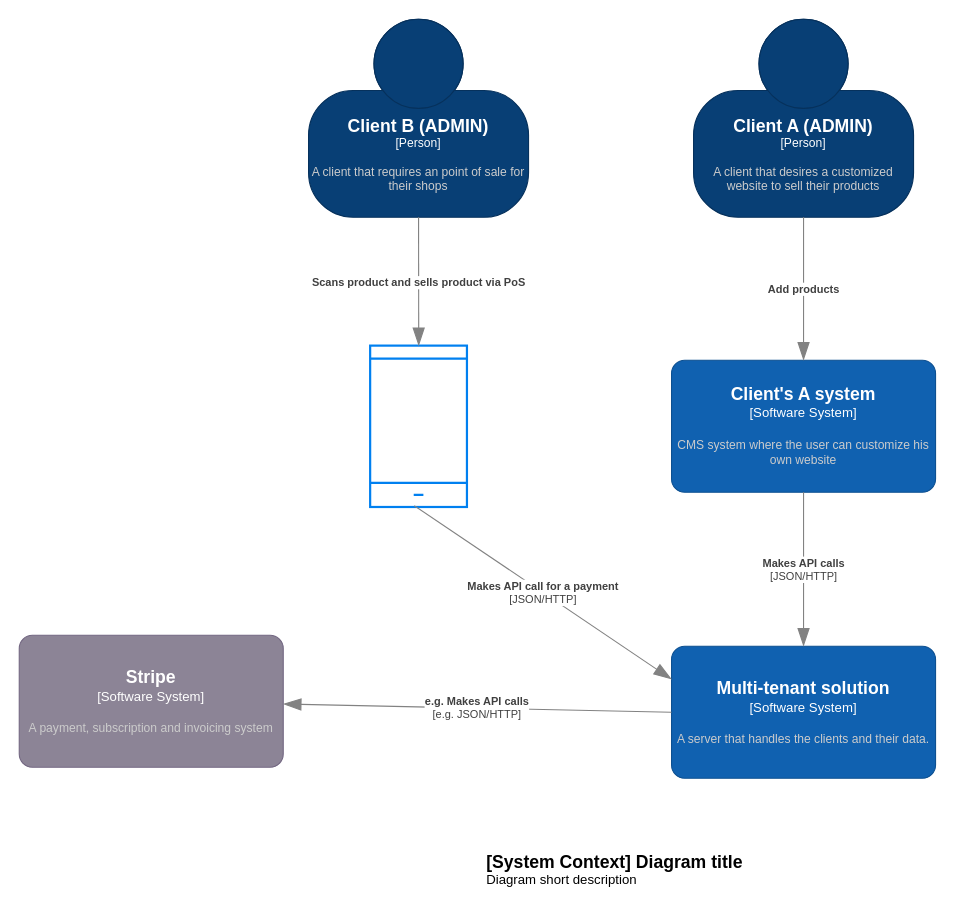
The draw.io diagram retailshop.drawio in Darius1323/assets, before the edit. Source tidied: cells renumbered, new cells numbered last; positions are measured from the earlier drawing's top-left corner, leaving out a move shared by most shapes. Both pictures are drawn from the tidied source at 110%, with x=0, y=0 at pixel (19, 19).
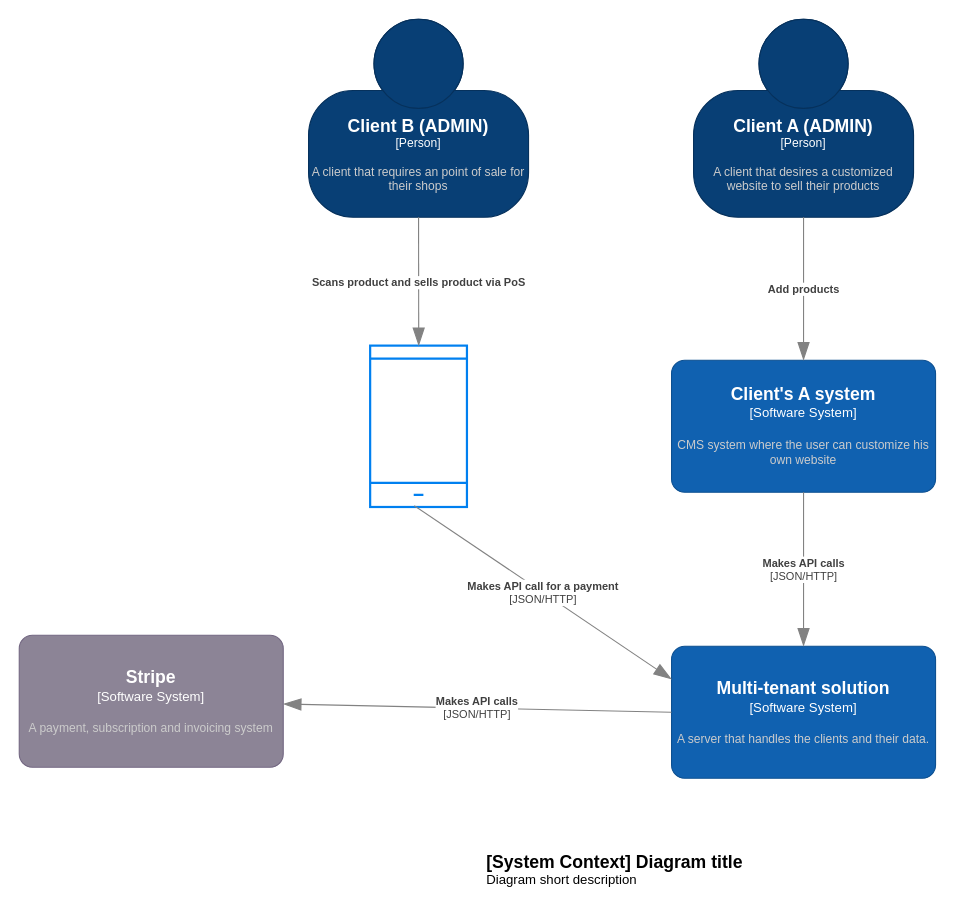
After the change.

The change refers to these unchanged cells:
```xml
<object id="4" label="&lt;font style=&quot;font-size: 16px&quot;&gt;&lt;b&gt;%c4Name%&lt;/b&gt;&lt;/font&gt;&lt;div&gt;[%c4Type%]&lt;/div&gt;&lt;br&gt;&lt;div&gt;&lt;font style=&quot;font-size: 11px&quot;&gt;&lt;font color=&quot;#cccccc&quot;&gt;%c4Description%&lt;/font&gt;&lt;/div&gt;" c4Description="A server that handles the clients and their data." c4Name="Multi-tenant solution" c4Type="Software System" placeholders="1">
  <mxCell style="rounded=1;whiteSpace=wrap;html=1;labelBackgroundColor=none;fillColor=#1061B0;fontColor=#ffffff;align=center;arcSize=10;strokeColor=#0D5091;points=[[0.25,0,0],[0.5,0,0],[0.75,0,0],[1,0.25,0],[1,0.5,0],[1,0.75,0],[0.75,1,0],[0.5,1,0],[0.25,1,0],[0,0.75,0],[0,0.5,0],[0,0.25,0]];" parent="1" vertex="1">
    <mxGeometry x="593" y="570" width="240" height="120" as="geometry" />
  </mxCell>
</object>
<object id="5" label="&lt;font style=&quot;font-size: 16px&quot;&gt;&lt;b&gt;%c4Name%&lt;/b&gt;&lt;/font&gt;&lt;div&gt;[%c4Type%]&lt;/div&gt;&lt;br&gt;&lt;div&gt;&lt;font style=&quot;font-size: 11px&quot;&gt;&lt;font color=&quot;#cccccc&quot;&gt;%c4Description%&lt;/font&gt;&lt;/div&gt;" c4Description="A payment, subscription and invoicing system" c4Name="Stripe" c4Type="Software System" placeholders="1">
  <mxCell style="rounded=1;whiteSpace=wrap;html=1;labelBackgroundColor=none;fillColor=#8C8496;fontColor=#ffffff;align=center;arcSize=10;strokeColor=#736782;points=[[0.25,0,0],[0.5,0,0],[0.75,0,0],[1,0.25,0],[1,0.5,0],[1,0.75,0],[0.75,1,0],[0.5,1,0],[0.25,1,0],[0,0.75,0],[0,0.5,0],[0,0.25,0]];" parent="1" vertex="1">
    <mxGeometry y="560" width="240" height="120" as="geometry" />
  </mxCell>
</object>
```

Change to the diagram source:
```diff
@@
-    <object id="9" label="&lt;div style=&quot;text-align: left&quot;&gt;&lt;div style=&quot;text-align: center&quot;&gt;&lt;b&gt;%c4Description%&lt;/b&gt;&lt;/div&gt;&lt;div style=&quot;text-align: center&quot;&gt;[%c4Technology%]&lt;/div&gt;&lt;/div&gt;" c4Description="e.g. Makes API calls" c4Technology="e.g. JSON/HTTP" placeholders="1">
+    <object id="9" label="&lt;div style=&quot;text-align: left&quot;&gt;&lt;div style=&quot;text-align: center&quot;&gt;&lt;b&gt;%c4Description%&lt;/b&gt;&lt;/div&gt;&lt;div style=&quot;text-align: center&quot;&gt;[%c4Technology%]&lt;/div&gt;&lt;/div&gt;" c4Description="Makes API calls" c4Technology="JSON/HTTP" placeholders="1">
       <mxCell style="endArrow=blockThin;html=1;fontSize=10;fontColor=#404040;strokeWidth=1;endFill=1;strokeColor=#828282;elbow=vertical;endSize=14;startSize=14;jumpStyle=arc;jumpSize=16;rounded=0;exitX=0;exitY=0.5;exitDx=0;exitDy=0;exitPerimeter=0;" parent="1" edge="1" source="4" target="5">
         <mxGeometry relative="1" as="geometry" />
       </mxCell>
     </object>
```
